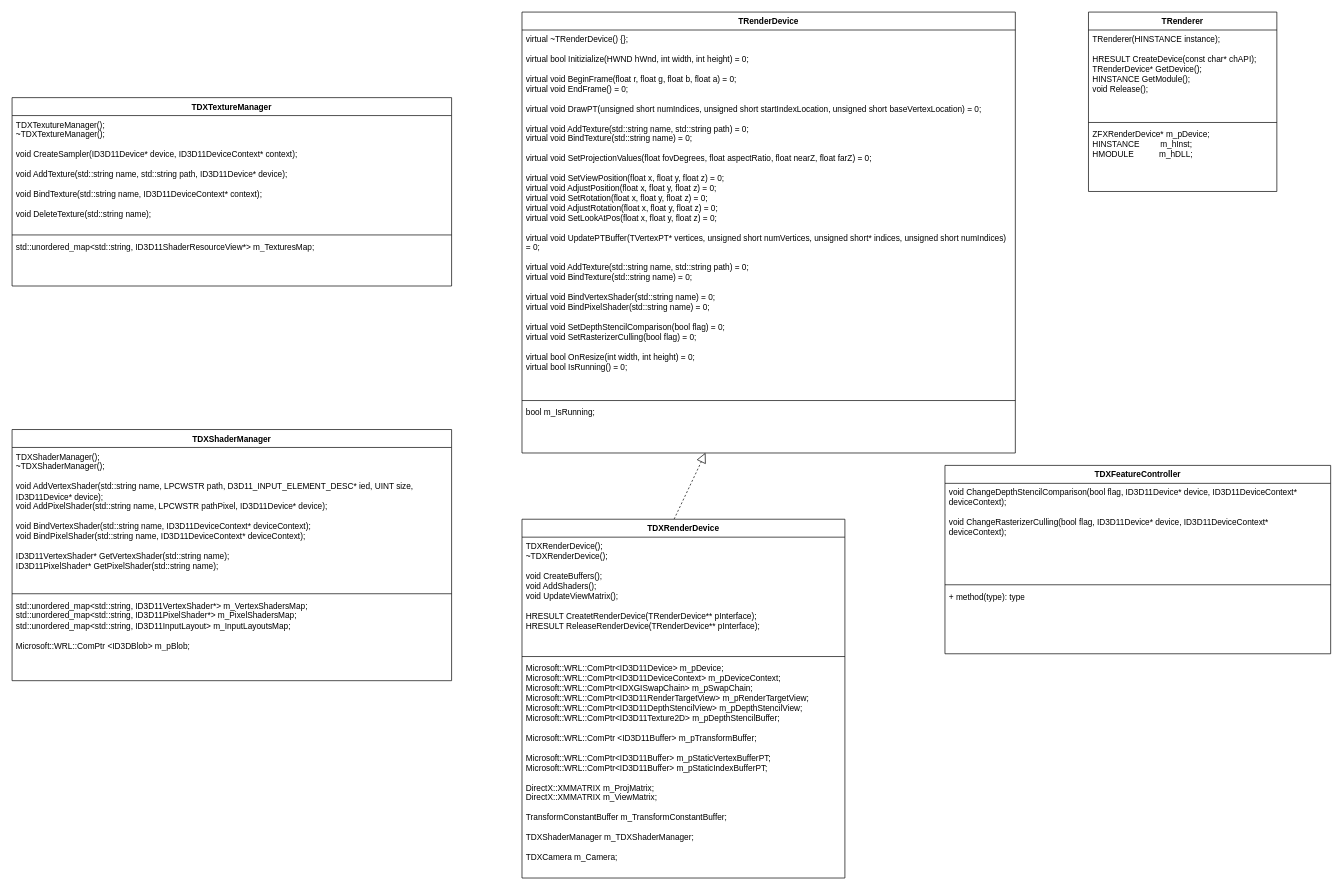
Earlier version of the draw.io diagram UML/TRenderer.drawio (f1oating/TRender). Source tidied: cells renumbered, new cells numbered last; positions are measured from the earlier drawing's top-left corner, leaving out a move shared by most shapes. Both pictures are drawn from the tidied source at 69%, with x=0, y=0 at pixel (12, 12).
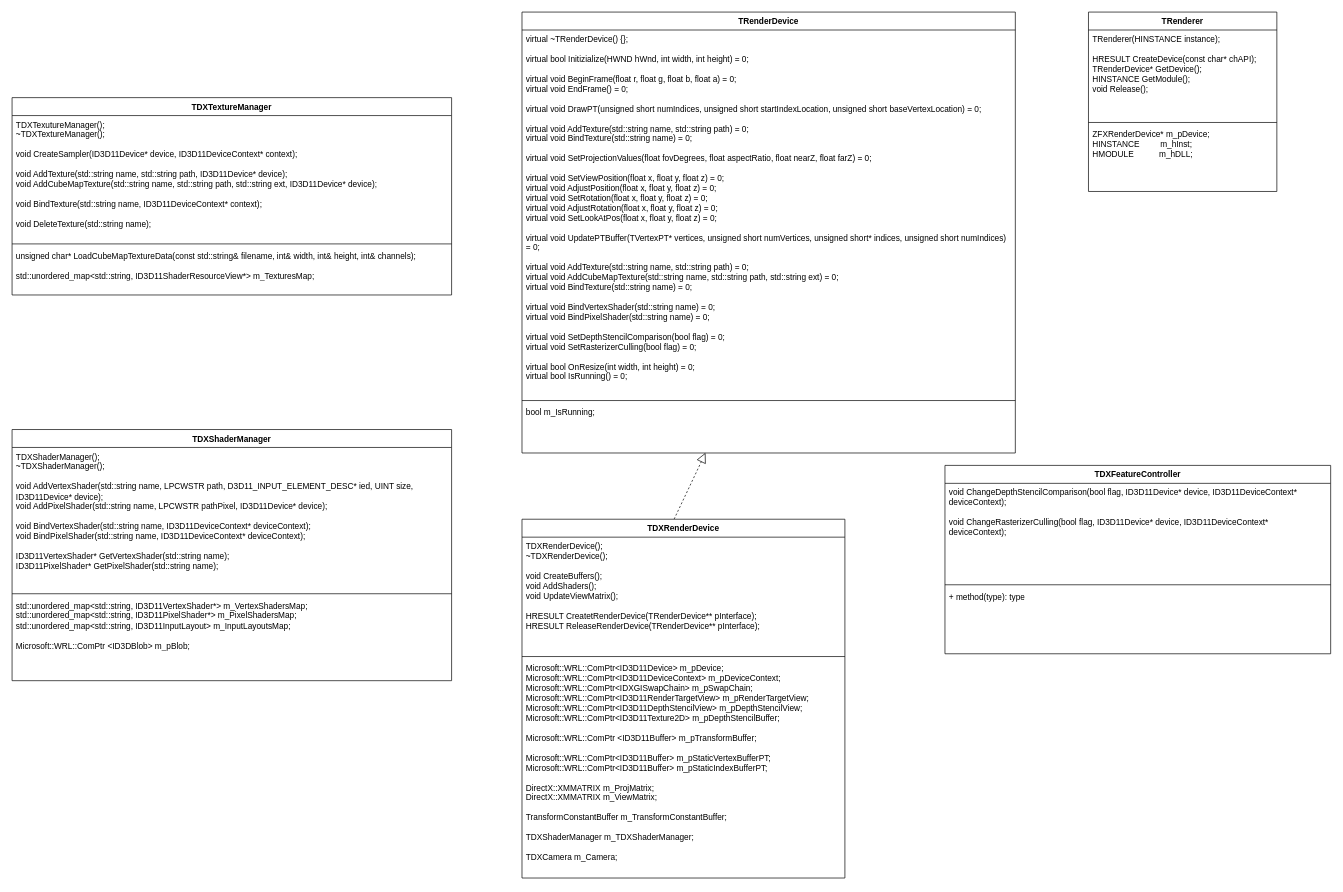
The same diagram, later.

The change refers to these unchanged cells:
```xml
<mxCell id="2" value="TRenderDevice" style="swimlane;fontStyle=1;align=center;verticalAlign=top;horizontal=1;startSize=26;whiteSpace=wrap;html=1;" parent="1" vertex="1">
  <mxGeometry x="739" width="715" height="639" as="geometry" />
</mxCell>
```

What changed in the source:
```diff
@@
-    <mxCell id="3" value="&lt;div&gt;virtual ~TRenderDevice() {};&lt;br&gt;&lt;/div&gt;&lt;div&gt;&lt;br&gt;&lt;/div&gt;&lt;div&gt;virtual bool Initizialize(HWND hWnd, int width, int height) = 0;&lt;/div&gt;&lt;div&gt;&lt;br&gt;&lt;/div&gt;&lt;div&gt;virtual void BeginFrame(float r, float g, float b, float a) = 0;&lt;/div&gt;&lt;div&gt;virtual void EndFrame() = 0;&lt;/div&gt;&lt;div&gt;&lt;br&gt;&lt;/div&gt;&lt;div&gt;virtual void DrawPT(unsigned short numIndices, unsigned short startIndexLocation, unsigned short baseVertexLocation) = 0;&lt;br&gt;&lt;/div&gt;&lt;div&gt;&lt;br&gt;&lt;/div&gt;&lt;div&gt;virtual void AddTexture(std::string name, std::string path) = 0;&lt;br&gt;virtual void BindTexture(std::string name) = 0;&lt;br&gt;&lt;/div&gt;&lt;div&gt;&lt;br&gt;&lt;/div&gt;virtual void SetProjectionValues(float fovDegrees, float aspectRatio, float nearZ, float farZ) = 0;&lt;br&gt;&lt;br&gt;virtual void SetViewPosition(float x, float y, float z) = 0;&lt;br&gt;virtual void AdjustPosition(float x, float y, float z) = 0;&lt;br&gt;virtual void SetRotation(float x, float y, float z) = 0;&lt;br&gt;virtual void AdjustRotation(float x, float y, float z) = 0;&lt;br&gt;virtual void SetLookAtPos(float x, float y, float z) = 0;&lt;div&gt;&lt;br&gt;&lt;/div&gt;&lt;div&gt;virtual void UpdatePTBuffer(TVertexPT* vertices, unsigned short numVertices, unsigned short* indices, unsigned short numIndices) = 0;&lt;/div&gt;&lt;div&gt;&lt;br&gt;&lt;/div&gt;&lt;div&gt;virtual void AddTexture(std::string name, std::string path) = 0;&lt;br&gt;virtual void BindTexture(std::string name) = 0;&lt;/div&gt;&lt;div&gt;&lt;br&gt;&lt;/div&gt;&lt;div&gt;virtual void BindVertexShader(std::string name) = 0;&lt;br&gt;virtual void BindPixelShader(std::string name) = 0;&lt;/div&gt;&lt;div&gt;&lt;br&gt;&lt;/div&gt;&lt;div&gt;virtual void SetDepthStencilComparison(bool flag) = 0;&lt;br&gt;virtual void SetRasterizerCulling(bool flag) = 0;&lt;br&gt;&lt;/div&gt;&lt;div&gt;&lt;br&gt;&lt;/div&gt;&lt;div&gt;virtual bool OnResize(int width, int height) = 0;&lt;/div&gt;&lt;div&gt;virtual bool IsRunning() = 0;&lt;br&gt;&lt;/div&gt;" style="text;strokeColor=none;fillColor=none;align=left;verticalAlign=top;spacingLeft=4;spacingRight=4;overflow=hidden;whiteSpace=wrap;html=1;" parent="2" vertex="1">
+    <mxCell id="3" value="&lt;div&gt;virtual ~TRenderDevice() {};&lt;br&gt;&lt;/div&gt;&lt;div&gt;&lt;br&gt;&lt;/div&gt;&lt;div&gt;virtual bool Initizialize(HWND hWnd, int width, int height) = 0;&lt;/div&gt;&lt;div&gt;&lt;br&gt;&lt;/div&gt;&lt;div&gt;virtual void BeginFrame(float r, float g, float b, float a) = 0;&lt;/div&gt;&lt;div&gt;virtual void EndFrame() = 0;&lt;/div&gt;&lt;div&gt;&lt;br&gt;&lt;/div&gt;&lt;div&gt;virtual void DrawPT(unsigned short numIndices, unsigned short startIndexLocation, unsigned short baseVertexLocation) = 0;&lt;br&gt;&lt;/div&gt;&lt;div&gt;&lt;br&gt;&lt;/div&gt;&lt;div&gt;virtual void AddTexture(std::string name, std::string path) = 0;&lt;br&gt;virtual void BindTexture(std::string name) = 0;&lt;br&gt;&lt;/div&gt;&lt;div&gt;&lt;br&gt;&lt;/div&gt;virtual void SetProjectionValues(float fovDegrees, float aspectRatio, float nearZ, float farZ) = 0;&lt;br&gt;&lt;br&gt;virtual void SetViewPosition(float x, float y, float z) = 0;&lt;br&gt;virtual void AdjustPosition(float x, float y, float z) = 0;&lt;br&gt;virtual void SetRotation(float x, float y, float z) = 0;&lt;br&gt;virtual void AdjustRotation(float x, float y, float z) = 0;&lt;br&gt;virtual void SetLookAtPos(float x, float y, float z) = 0;&lt;div&gt;&lt;br&gt;&lt;/div&gt;&lt;div&gt;virtual void UpdatePTBuffer(TVertexPT* vertices, unsigned short numVertices, unsigned short* indices, unsigned short numIndices) = 0;&lt;/div&gt;&lt;div&gt;&lt;br&gt;&lt;/div&gt;&lt;div&gt;virtual void AddTexture(std::string name, std::string path) = 0;&lt;/div&gt;&lt;div&gt;virtual void AddCubeMapTexture(std::string name, std::string path, std::string ext) = 0;&lt;br&gt;&lt;/div&gt;&lt;div&gt;virtual void BindTexture(std::string name) = 0;&lt;/div&gt;&lt;div&gt;&lt;br&gt;&lt;/div&gt;&lt;div&gt;virtual void BindVertexShader(std::string name) = 0;&lt;br&gt;virtual void BindPixelShader(std::string name) = 0;&lt;/div&gt;&lt;div&gt;&lt;br&gt;&lt;/div&gt;&lt;div&gt;virtual void SetDepthStencilComparison(bool flag) = 0;&lt;br&gt;virtual void SetRasterizerCulling(bool flag) = 0;&lt;br&gt;&lt;/div&gt;&lt;div&gt;&lt;br&gt;&lt;/div&gt;&lt;div&gt;virtual bool OnResize(int width, int height) = 0;&lt;/div&gt;&lt;div&gt;virtual bool IsRunning() = 0;&lt;br&gt;&lt;/div&gt;" style="text;strokeColor=none;fillColor=none;align=left;verticalAlign=top;spacingLeft=4;spacingRight=4;overflow=hidden;whiteSpace=wrap;html=1;" parent="2" vertex="1">
       <mxGeometry y="26" width="715" height="533" as="geometry" />
     </mxCell>
@@
     <mxCell id="19" value="&lt;div&gt;TDXTextureManager&lt;/div&gt;" style="swimlane;fontStyle=1;align=center;verticalAlign=top;horizontal=1;startSize=26;whiteSpace=wrap;html=1;" parent="1" vertex="1">
-      <mxGeometry y="124" width="637" height="273" as="geometry" />
+      <mxGeometry y="124" width="637" height="286" as="geometry" />
     </mxCell>
-    <mxCell id="20" value="&lt;div&gt;TDXTexutureManager();&lt;/div&gt;&lt;div&gt;~TDXTextureManager();&lt;/div&gt;&lt;div&gt;&lt;br&gt;&lt;/div&gt;&lt;div&gt;void CreateSampler(ID3D11Device* device, ID3D11DeviceContext* context);&lt;br&gt;&lt;/div&gt;&lt;div&gt;&lt;br&gt;&lt;/div&gt;&lt;div&gt;void AddTexture(std::string name, std::string path, ID3D11Device* device);&lt;/div&gt;&lt;div&gt;&lt;br&gt;&lt;/div&gt;&lt;div&gt;void BindTexture(std::string name, ID3D11DeviceContext* context);&lt;/div&gt;&lt;div&gt;&lt;br&gt;&lt;/div&gt;&lt;div&gt;void DeleteTexture(std::string name);&lt;/div&gt;" style="text;strokeColor=none;fillColor=none;align=left;verticalAlign=top;spacingLeft=4;spacingRight=4;overflow=hidden;whiteSpace=wrap;html=1;" parent="19" vertex="1">
-      <mxGeometry y="26" width="637" height="169" as="geometry" />
+    <mxCell id="20" value="&lt;div&gt;TDXTexutureManager();&lt;/div&gt;&lt;div&gt;~TDXTextureManager();&lt;/div&gt;&lt;div&gt;&lt;br&gt;&lt;/div&gt;&lt;div&gt;void CreateSampler(ID3D11Device* device, ID3D11DeviceContext* context);&lt;br&gt;&lt;/div&gt;&lt;div&gt;&lt;br&gt;&lt;/div&gt;&lt;div&gt;void AddTexture(std::string name, std::string path, ID3D11Device* device);&lt;/div&gt;&lt;div&gt;void AddCubeMapTexture(std::string name, std::string path, std::string ext, ID3D11Device* device);&lt;br&gt;&lt;/div&gt;&lt;div&gt;&lt;br&gt;&lt;/div&gt;&lt;div&gt;void BindTexture(std::string name, ID3D11DeviceContext* context);&lt;/div&gt;&lt;div&gt;&lt;br&gt;&lt;/div&gt;&lt;div&gt;void DeleteTexture(std::string name);&lt;/div&gt;" style="text;strokeColor=none;fillColor=none;align=left;verticalAlign=top;spacingLeft=4;spacingRight=4;overflow=hidden;whiteSpace=wrap;html=1;" parent="19" vertex="1">
+      <mxGeometry y="26" width="637" height="182" as="geometry" />
     </mxCell>
     <mxCell id="21" style="line;strokeWidth=1;fillColor=none;align=left;verticalAlign=middle;spacingTop=-1;spacingLeft=3;spacingRight=3;labelPosition=right;strokeColor=inherit;" parent="19" vertex="1">
-      <mxGeometry y="195" width="637" height="8" as="geometry" />
+      <mxGeometry y="208" width="637" height="8" as="geometry" />
     </mxCell>
-    <mxCell id="22" value="&lt;div&gt;std::unordered_map&amp;lt;std::string, ID3D11ShaderResourceView*&amp;gt; m_TexturesMap;&lt;/div&gt;" style="text;strokeColor=none;fillColor=none;align=left;verticalAlign=top;spacingLeft=4;spacingRight=4;overflow=hidden;whiteSpace=wrap;html=1;" parent="19" vertex="1">
-      <mxGeometry y="203" width="637" height="70" as="geometry" />
+    <mxCell id="22" value="unsigned char* LoadCubeMapTextureData(const std::string&amp;amp; filename, int&amp;amp; width, int&amp;amp; height, int&amp;amp; channels);&lt;br&gt;&lt;br&gt;&lt;div&gt;std::unordered_map&amp;lt;std::string, ID3D11ShaderResourceView*&amp;gt; m_TexturesMap;&lt;/div&gt;" style="text;strokeColor=none;fillColor=none;align=left;verticalAlign=top;spacingLeft=4;spacingRight=4;overflow=hidden;whiteSpace=wrap;html=1;" parent="19" vertex="1">
+      <mxGeometry y="216" width="637" height="70" as="geometry" />
     </mxCell>
```
